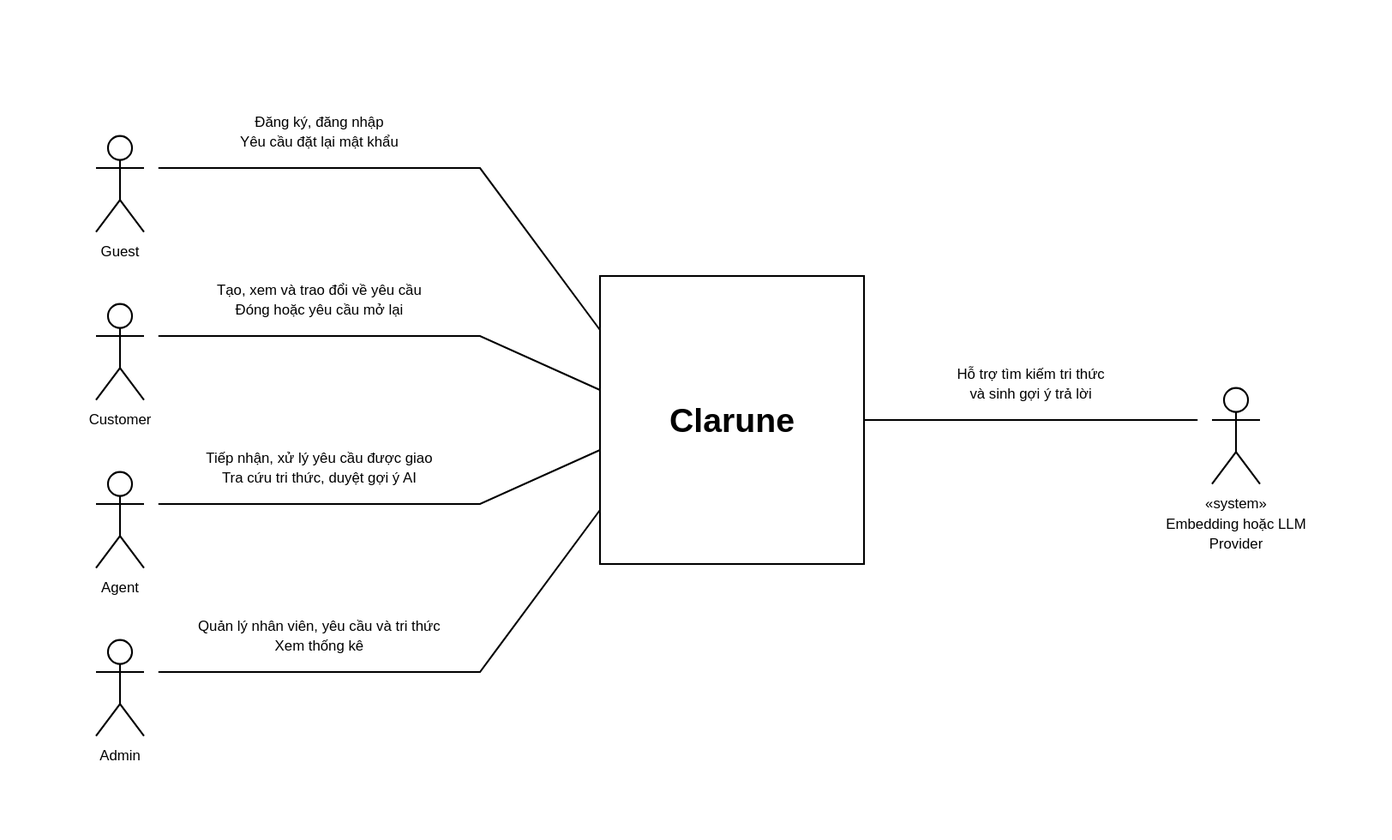
Before: reports/template1/report/assets/diagrams/context_diagram_system.svg, a diagram exported from draw.io (thanhbinh55/AI-Powered-Helpdesk-Knowledge-Base). Source tidied: cells renumbered, new cells last; positions are measured from the earlier drawing's top-left corner, leaving out a move shared by most shapes.
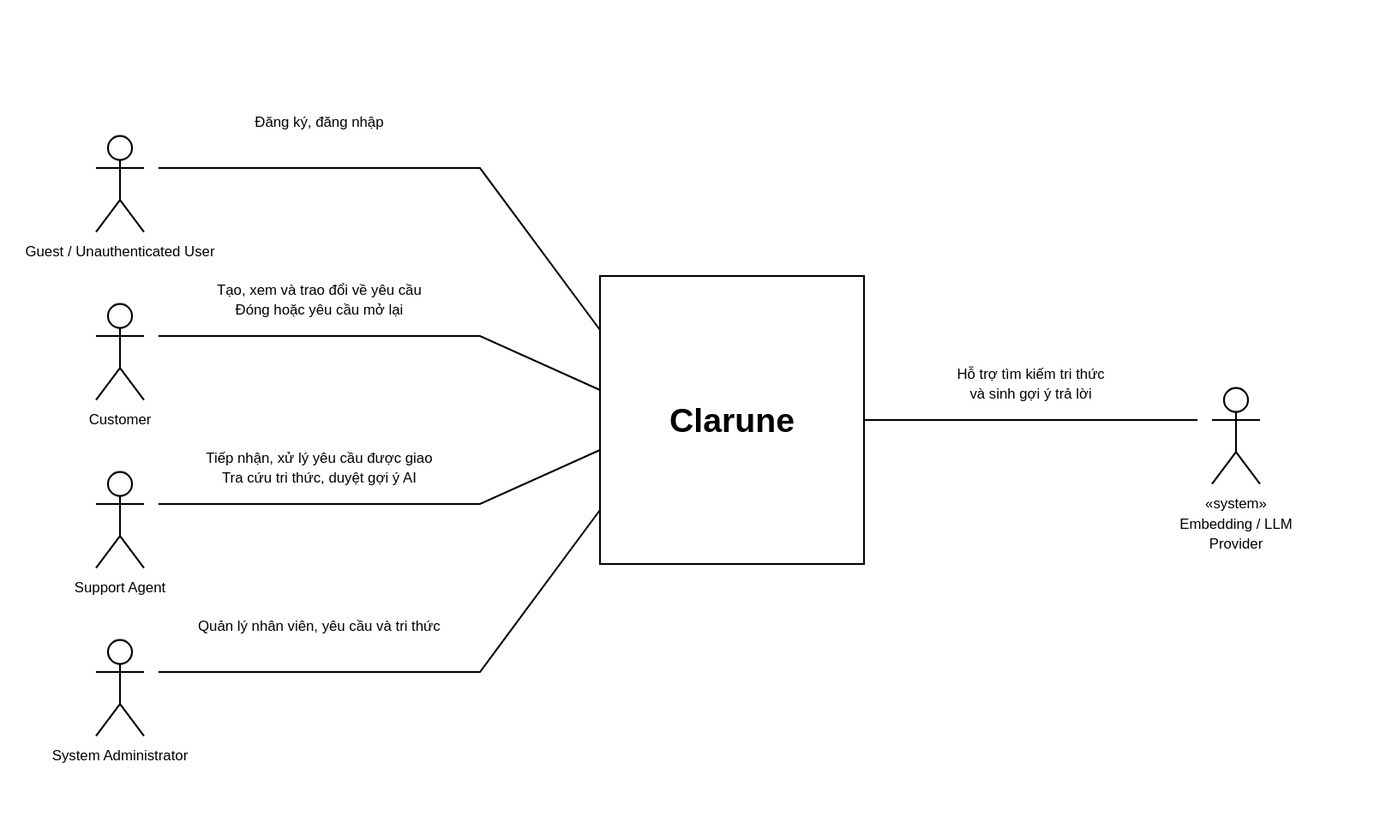
After the change.

Change to the diagram source:
```diff
@@ -5,22 +5,22 @@
     <mxCell id="2" value="&lt;b&gt;Clarune&lt;/b&gt;" style="html=1;fillColor=#FFFFFF;strokeColor=#000000;strokeWidth=1.5;fontFamily=Arial;fontColor=#000000;shadow=0;shape=rect;verticalAlign=middle;whiteSpace=wrap;align=center;fontSize=28;spacing=0;" parent="1" vertex="1">
       <mxGeometry x="420" y="117" width="220" height="240" as="geometry" />
     </mxCell>
-    <mxCell id="3" value="Guest" style="html=1;fillColor=#FFFFFF;strokeColor=#000000;strokeWidth=1.5;fontFamily=Arial;fontColor=#000000;shadow=0;shape=umlActor;verticalLabelPosition=bottom;verticalAlign=top;outlineConnect=0;fontSize=12;fontStyle=0;spacingTop=8;" parent="1" vertex="1">
+    <mxCell id="3" value="Guest / Unauthenticated User" style="html=1;fillColor=#FFFFFF;strokeColor=#000000;strokeWidth=1.5;fontFamily=Arial;fontColor=#000000;shadow=0;shape=umlActor;verticalLabelPosition=bottom;verticalAlign=top;outlineConnect=0;fontSize=12;fontStyle=0;spacingTop=8;" parent="1" vertex="1">
       <mxGeometry y="0.3" width="40" height="80" as="geometry" />
     </mxCell>
     <mxCell id="4" value="Customer" style="html=1;fillColor=#FFFFFF;strokeColor=#000000;strokeWidth=1.5;fontFamily=Arial;fontColor=#000000;shadow=0;shape=umlActor;verticalLabelPosition=bottom;verticalAlign=top;outlineConnect=0;fontSize=12;fontStyle=0;spacingTop=8;" parent="1" vertex="1">
       <mxGeometry y="140.3" width="40" height="80" as="geometry" />
     </mxCell>
-    <mxCell id="5" value="Agent" style="html=1;fillColor=#FFFFFF;strokeColor=#000000;strokeWidth=1.5;fontFamily=Arial;fontColor=#000000;shadow=0;shape=umlActor;verticalLabelPosition=bottom;verticalAlign=top;outlineConnect=0;fontSize=12;fontStyle=0;spacingTop=8;" parent="1" vertex="1">
+    <mxCell id="5" value="Support Agent" style="html=1;fillColor=#FFFFFF;strokeColor=#000000;strokeWidth=1.5;fontFamily=Arial;fontColor=#000000;shadow=0;shape=umlActor;verticalLabelPosition=bottom;verticalAlign=top;outlineConnect=0;fontSize=12;fontStyle=0;spacingTop=8;" parent="1" vertex="1">
       <mxGeometry y="280.3" width="40" height="80" as="geometry" />
     </mxCell>
-    <mxCell id="6" value="Admin" style="html=1;fillColor=#FFFFFF;strokeColor=#000000;strokeWidth=1.5;fontFamily=Arial;fontColor=#000000;shadow=0;shape=umlActor;verticalLabelPosition=bottom;verticalAlign=top;outlineConnect=0;fontSize=12;fontStyle=0;spacingTop=8;" parent="1" vertex="1">
+    <mxCell id="6" value="System Administrator" style="html=1;fillColor=#FFFFFF;strokeColor=#000000;strokeWidth=1.5;fontFamily=Arial;fontColor=#000000;shadow=0;shape=umlActor;verticalLabelPosition=bottom;verticalAlign=top;outlineConnect=0;fontSize=12;fontStyle=0;spacingTop=8;" parent="1" vertex="1">
       <mxGeometry y="420.3" width="40" height="80" as="geometry" />
     </mxCell>
-    <mxCell id="7" value="«system»&lt;br&gt;Embedding hoặc LLM&lt;br&gt;Provider" style="html=1;fillColor=#FFFFFF;strokeColor=#000000;strokeWidth=1.5;fontFamily=Arial;fontColor=#000000;shadow=0;shape=umlActor;verticalLabelPosition=bottom;verticalAlign=top;outlineConnect=0;fontSize=12;fontStyle=0;spacingTop=8;" parent="1" vertex="1">
+    <mxCell id="7" value="«system»&lt;br&gt;Embedding / LLM&lt;br&gt;Provider" style="html=1;fillColor=#FFFFFF;strokeColor=#000000;strokeWidth=1.5;fontFamily=Arial;fontColor=#000000;shadow=0;shape=umlActor;verticalLabelPosition=bottom;verticalAlign=top;outlineConnect=0;fontSize=12;fontStyle=0;spacingTop=8;" parent="1" vertex="1">
       <mxGeometry x="930" y="210.3" width="40" height="80" as="geometry" />
     </mxCell>
-    <mxCell id="8" value="Đăng ký, đăng nhập&lt;br&gt;Yêu cầu đặt lại mật khẩu" style="html=1;fillColor=#FFFFFF;strokeColor=#000000;strokeWidth=1.5;fontFamily=Arial;fontColor=#000000;shadow=0;edgeStyle=none;rounded=0;startArrow=none;endArrow=none;fontSize=12;align=center;verticalAlign=middle;labelBackgroundColor=#FFFFFF;spacing=0;exitX=1;exitY=0.3333333333333333;exitDx=12;exitPerimeter=0;entryX=0;entryY=0.1875;entryDx=0;entryPerimeter=0;" parent="1" edge="1" source="3" target="2">
+    <mxCell id="8" value="Đăng ký, đăng nhập" style="html=1;fillColor=#FFFFFF;strokeColor=#000000;strokeWidth=1.5;fontFamily=Arial;fontColor=#000000;shadow=0;edgeStyle=none;rounded=0;startArrow=none;endArrow=none;fontSize=12;align=center;verticalAlign=middle;labelBackgroundColor=#FFFFFF;spacing=0;exitX=1;exitY=0.3333333333333333;exitDx=12;exitPerimeter=0;entryX=0;entryY=0.1875;entryDx=0;entryPerimeter=0;" parent="1" edge="1" source="3" target="2">
       <mxGeometry x="-0.39" relative="1" as="geometry">
         <Array as="points">
           <mxPoint x="320" y="27" />
@@ -44,7 +44,7 @@
         <mxPoint y="-30" as="offset" />
       </mxGeometry>
     </mxCell>
-    <mxCell id="11" value="Quản lý nhân viên, yêu cầu và tri thức&lt;br&gt;Xem thống kê" style="html=1;fillColor=#FFFFFF;strokeColor=#000000;strokeWidth=1.5;fontFamily=Arial;fontColor=#000000;shadow=0;edgeStyle=none;rounded=0;startArrow=none;endArrow=none;fontSize=12;align=center;verticalAlign=middle;labelBackgroundColor=#FFFFFF;spacing=0;exitX=1;exitY=0.3333333333333333;exitDx=12;exitPerimeter=0;entryX=0;entryY=0.8125;entryDx=0;entryPerimeter=0;" parent="1" edge="1" source="6" target="2">
+    <mxCell id="11" value="Quản lý nhân viên, yêu cầu và tri thức" style="html=1;fillColor=#FFFFFF;strokeColor=#000000;strokeWidth=1.5;fontFamily=Arial;fontColor=#000000;shadow=0;edgeStyle=none;rounded=0;startArrow=none;endArrow=none;fontSize=12;align=center;verticalAlign=middle;labelBackgroundColor=#FFFFFF;spacing=0;exitX=1;exitY=0.3333333333333333;exitDx=12;exitPerimeter=0;entryX=0;entryY=0.8125;entryDx=0;entryPerimeter=0;" parent="1" edge="1" source="6" target="2">
       <mxGeometry x="-0.39" relative="1" as="geometry">
         <Array as="points">
           <mxPoint x="320" y="447" />
```
